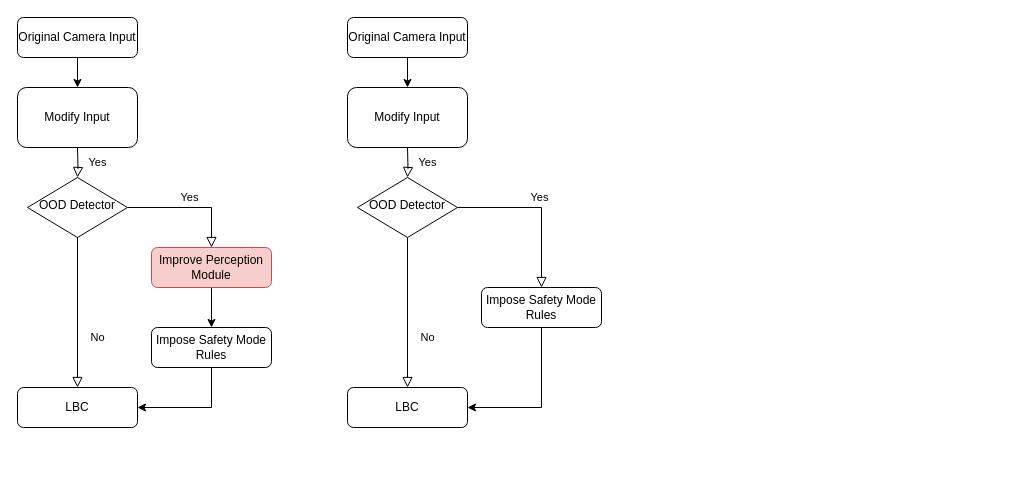
The draw.io diagram ECE542.drawio in zihengjackchen/OOD-Detection-and-Fallback-for-AV, before the edit. Source tidied: cells renumbered, new cells numbered last; positions are measured from the earlier drawing's top-left corner, leaving out a move shared by most shapes. Both pictures are drawn from the tidied source at 100%, with x=0, y=0 at pixel (17, 17).
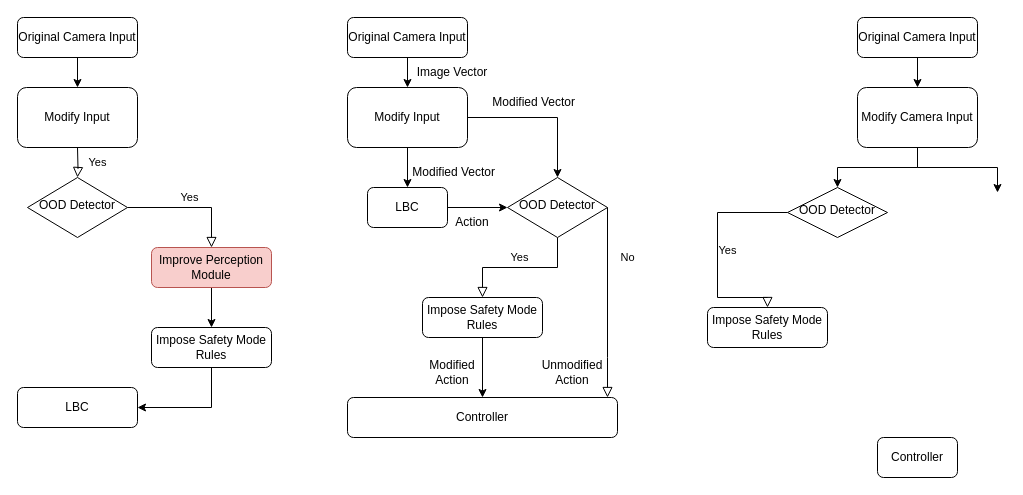
The same diagram, later.

Unchanged cells that the change refers to:
```xml
<mxCell id="7" value="OOD Detector" style="rhombus;whiteSpace=wrap;html=1;shadow=0;fontFamily=Helvetica;fontSize=12;align=center;strokeWidth=1;spacing=6;spacingTop=-4;" parent="1" vertex="1">
  <mxGeometry x="10" y="160" width="100" height="60" as="geometry" />
</mxCell>
<mxCell id="8" value="LBC" style="rounded=1;whiteSpace=wrap;html=1;fontSize=12;glass=0;strokeWidth=1;shadow=0;" parent="1" vertex="1">
  <mxGeometry y="370" width="120" height="40" as="geometry" />
</mxCell>
<mxCell id="21" value="Modify Input" style="rounded=1;whiteSpace=wrap;html=1;" parent="1" vertex="1">
  <mxGeometry x="330" y="70" width="120" height="60" as="geometry" />
</mxCell>
```

Change to the diagram source:
```diff
@@
-    <mxCell id="5" value="No" style="rounded=0;html=1;jettySize=auto;fontSize=11;endArrow=block;endFill=0;endSize=8;strokeWidth=1;shadow=0;labelBackgroundColor=none;edgeStyle=orthogonalEdgeStyle;" parent="1" edge="1" source="7" target="8">
-      <mxGeometry x="0.33" y="20" relative="1" as="geometry" />
+    <mxCell id="5" value="No" style="rounded=0;html=1;jettySize=auto;fontSize=11;endArrow=block;endFill=0;endSize=8;strokeWidth=1;shadow=0;labelBackgroundColor=none;edgeStyle=orthogonalEdgeStyle;exitX=1;exitY=0.5;exitDx=0;exitDy=0;" parent="1" edge="1" source="19" target="20">
+      <mxGeometry x="-0.47" y="20" relative="1" as="geometry">
+        <Array as="points">
+          <mxPoint x="590" y="340" />
+          <mxPoint x="590" y="340" />
+        </Array>
+      </mxGeometry>
     </mxCell>
@@
-    <mxCell id="16" value="Yes" style="rounded=0;html=1;jettySize=auto;fontSize=11;endArrow=block;endFill=0;endSize=8;strokeWidth=1;shadow=0;labelBackgroundColor=none;edgeStyle=orthogonalEdgeStyle;" parent="1" edge="1" target="19">
-      <mxGeometry y="20" relative="1" as="geometry">
-        <mxPoint x="390" y="130" as="sourcePoint" />
-      </mxGeometry>
-    </mxCell>
-    <mxCell id="17" value="No" style="rounded=0;html=1;jettySize=auto;fontSize=11;endArrow=block;endFill=0;endSize=8;strokeWidth=1;shadow=0;labelBackgroundColor=none;edgeStyle=orthogonalEdgeStyle;" parent="1" edge="1" source="19" target="20">
-      <mxGeometry x="0.33" y="20" relative="1" as="geometry" />
-    </mxCell>
-    <mxCell id="18" value="Yes" style="edgeStyle=orthogonalEdgeStyle;rounded=0;html=1;jettySize=auto;fontSize=11;endArrow=block;endFill=0;endSize=8;strokeWidth=1;shadow=0;labelBackgroundColor=none;entryX=0.5;entryY=0;entryDx=0;entryDy=0;" parent="1" edge="1" source="19" target="23">
-      <mxGeometry y="10" relative="1" as="geometry" />
+    <mxCell id="18" value="Yes" style="edgeStyle=orthogonalEdgeStyle;rounded=0;html=1;jettySize=auto;fontSize=11;endArrow=block;endFill=0;endSize=8;strokeWidth=1;shadow=0;labelBackgroundColor=none;entryX=0.5;entryY=0;entryDx=0;entryDy=0;exitX=0.5;exitY=1;exitDx=0;exitDy=0;" parent="1" edge="1" source="19" target="23">
+      <mxGeometry y="-10" relative="1" as="geometry">
+        <Array as="points">
+          <mxPoint x="540" y="250" />
+          <mxPoint x="465" y="250" />
+        </Array>
+      </mxGeometry>
     </mxCell>
     <mxCell id="19" value="OOD Detector" style="rhombus;whiteSpace=wrap;html=1;shadow=0;fontFamily=Helvetica;fontSize=12;align=center;strokeWidth=1;spacing=6;spacingTop=-4;" parent="1" vertex="1">
-      <mxGeometry x="340" y="160" width="100" height="60" as="geometry" />
+      <mxGeometry x="490" y="160" width="100" height="60" as="geometry" />
     </mxCell>
-    <mxCell id="20" value="LBC" style="rounded=1;whiteSpace=wrap;html=1;fontSize=12;glass=0;strokeWidth=1;shadow=0;" parent="1" vertex="1">
-      <mxGeometry x="330" y="370" width="120" height="40" as="geometry" />
+    <mxCell id="20" value="Controller" style="rounded=1;whiteSpace=wrap;html=1;fontSize=12;glass=0;strokeWidth=1;shadow=0;" parent="1" vertex="1">
+      <mxGeometry x="330" y="380" width="270" height="40" as="geometry" />
     </mxCell>
+    <mxCell id="24" style="edgeStyle=orthogonalEdgeStyle;rounded=0;jettySize=auto;html=1;exitX=0.5;exitY=1;exitDx=0;exitDy=0;entryX=0.5;entryY=0;entryDx=0;entryDy=0;" parent="1" edge="1" source="21" target="35">
+      <mxGeometry relative="1" as="geometry" />
+    </mxCell>
+    <mxCell id="25" style="edgeStyle=orthogonalEdgeStyle;rounded=0;jettySize=auto;html=1;exitX=1;exitY=0.5;exitDx=0;exitDy=0;entryX=0.5;entryY=0;entryDx=0;entryDy=0;" parent="1" edge="1" source="21" target="19">
+      <mxGeometry relative="1" as="geometry" />
+    </mxCell>
@@
-    <mxCell id="22" style="edgeStyle=orthogonalEdgeStyle;rounded=0;jettySize=auto;html=1;exitX=0.5;exitY=1;exitDx=0;exitDy=0;entryX=1;entryY=0.5;entryDx=0;entryDy=0;" parent="1" edge="1" source="23" target="20">
+    <mxCell id="22" style="edgeStyle=orthogonalEdgeStyle;rounded=0;jettySize=auto;html=1;exitX=0.5;exitY=1;exitDx=0;exitDy=0;entryX=0.5;entryY=0;entryDx=0;entryDy=0;" parent="1" edge="1" source="23" target="20">
       <mxGeometry relative="1" as="geometry" />
     </mxCell>
     <mxCell id="23" value="Impose Safety Mode Rules" style="rounded=1;whiteSpace=wrap;html=1;fontSize=12;glass=0;strokeWidth=1;shadow=0;" parent="1" vertex="1">
-      <mxGeometry x="464" y="270" width="120" height="40" as="geometry" />
+      <mxGeometry x="405" y="280" width="120" height="40" as="geometry" />
     </mxCell>
+    <mxCell id="26" style="edgeStyle=orthogonalEdgeStyle;rounded=0;jettySize=auto;html=1;entryX=0.5;entryY=0;entryDx=0;entryDy=0;" parent="1" edge="1" source="27" target="31">
+      <mxGeometry relative="1" as="geometry" />
+    </mxCell>
+    <mxCell id="27" value="Original Camera Input" style="rounded=1;whiteSpace=wrap;html=1;fontSize=12;glass=0;strokeWidth=1;shadow=0;" parent="1" vertex="1">
+      <mxGeometry x="840" width="120" height="40" as="geometry" />
+    </mxCell>
+    <mxCell id="16" value="Yes" style="edgeStyle=orthogonalEdgeStyle;rounded=0;html=1;jettySize=auto;fontSize=11;endArrow=block;endFill=0;endSize=8;strokeWidth=1;shadow=0;labelBackgroundColor=none;entryX=0.5;entryY=0;entryDx=0;entryDy=0;" parent="1" edge="1" source="28" target="32">
+      <mxGeometry y="10" relative="1" as="geometry">
+        <Array as="points">
+          <mxPoint x="700" y="195" />
+          <mxPoint x="700" y="280" />
+        </Array>
+      </mxGeometry>
+    </mxCell>
+    <mxCell id="28" value="OOD Detector" style="rhombus;whiteSpace=wrap;html=1;shadow=0;fontFamily=Helvetica;fontSize=12;align=center;strokeWidth=1;spacing=6;spacingTop=-4;" parent="1" vertex="1">
+      <mxGeometry x="770" y="170" width="100" height="50" as="geometry" />
+    </mxCell>
+    <mxCell id="29" style="edgeStyle=orthogonalEdgeStyle;rounded=0;jettySize=auto;html=1;exitX=0.5;exitY=1;exitDx=0;exitDy=0;entryX=0.5;entryY=0;entryDx=0;entryDy=0;" parent="1" edge="1" source="31" target="28">
+      <mxGeometry relative="1" as="geometry" />
+    </mxCell>
+    <mxCell id="30" style="edgeStyle=orthogonalEdgeStyle;rounded=0;jettySize=auto;html=1;exitX=0.5;exitY=1;exitDx=0;exitDy=0;entryX=0.5;entryY=0;entryDx=0;entryDy=0;" parent="1" edge="1" source="31">
+      <mxGeometry relative="1" as="geometry">
+        <mxPoint x="980" y="175" as="targetPoint" />
+        <Array as="points">
+          <mxPoint x="900" y="150" />
+          <mxPoint x="980" y="150" />
+        </Array>
+      </mxGeometry>
+    </mxCell>
+    <mxCell id="31" value="Modify Camera Input" style="rounded=1;whiteSpace=wrap;html=1;" parent="1" vertex="1">
+      <mxGeometry x="840" y="70" width="120" height="60" as="geometry" />
+    </mxCell>
+    <mxCell id="32" value="Impose Safety Mode Rules" style="rounded=1;whiteSpace=wrap;html=1;fontSize=12;glass=0;strokeWidth=1;shadow=0;" parent="1" vertex="1">
+      <mxGeometry x="690" y="290" width="120" height="40" as="geometry" />
+    </mxCell>
+    <mxCell id="33" value="Controller" style="rounded=1;whiteSpace=wrap;html=1;fontSize=12;glass=0;strokeWidth=1;shadow=0;" parent="1" vertex="1">
+      <mxGeometry x="860" y="420" width="80" height="40" as="geometry" />
+    </mxCell>
+    <mxCell id="34" style="edgeStyle=orthogonalEdgeStyle;rounded=0;jettySize=auto;html=1;exitX=1;exitY=0.5;exitDx=0;exitDy=0;entryX=0;entryY=0.5;entryDx=0;entryDy=0;" parent="1" edge="1" source="35" target="19">
+      <mxGeometry relative="1" as="geometry" />
+    </mxCell>
+    <mxCell id="35" value="LBC" style="rounded=1;whiteSpace=wrap;html=1;fontSize=12;glass=0;strokeWidth=1;shadow=0;" parent="1" vertex="1">
+      <mxGeometry x="350" y="170" width="80" height="40" as="geometry" />
+    </mxCell>
+    <mxCell id="36" value="Image Vector" style="text;html=1;align=center;verticalAlign=middle;whiteSpace=wrap;rounded=0;" parent="1" vertex="1">
+      <mxGeometry x="390" y="40" width="90" height="30" as="geometry" />
+    </mxCell>
+    <mxCell id="37" value="&amp;nbsp;Modified Vector" style="text;html=1;align=center;verticalAlign=middle;whiteSpace=wrap;rounded=0;" parent="1" vertex="1">
+      <mxGeometry x="390" y="140" width="90" height="30" as="geometry" />
+    </mxCell>
+    <mxCell id="38" value="&amp;nbsp;Modified Vector" style="text;html=1;align=center;verticalAlign=middle;whiteSpace=wrap;rounded=0;" parent="1" vertex="1">
+      <mxGeometry x="470" y="70" width="90" height="30" as="geometry" />
+    </mxCell>
+    <mxCell id="39" value="Action" style="text;html=1;align=center;verticalAlign=middle;whiteSpace=wrap;rounded=0;" parent="1" vertex="1">
+      <mxGeometry x="410" y="190" width="90" height="30" as="geometry" />
+    </mxCell>
+    <mxCell id="40" value="Unmodified&lt;div&gt;Action&lt;/div&gt;" style="text;html=1;align=center;verticalAlign=middle;whiteSpace=wrap;rounded=0;" parent="1" vertex="1">
+      <mxGeometry x="510" y="340" width="90" height="30" as="geometry" />
+    </mxCell>
+    <mxCell id="41" value="Modified Action" style="text;html=1;align=center;verticalAlign=middle;whiteSpace=wrap;rounded=0;" parent="1" vertex="1">
+      <mxGeometry x="395" y="340" width="80" height="30" as="geometry" />
+    </mxCell>
```
